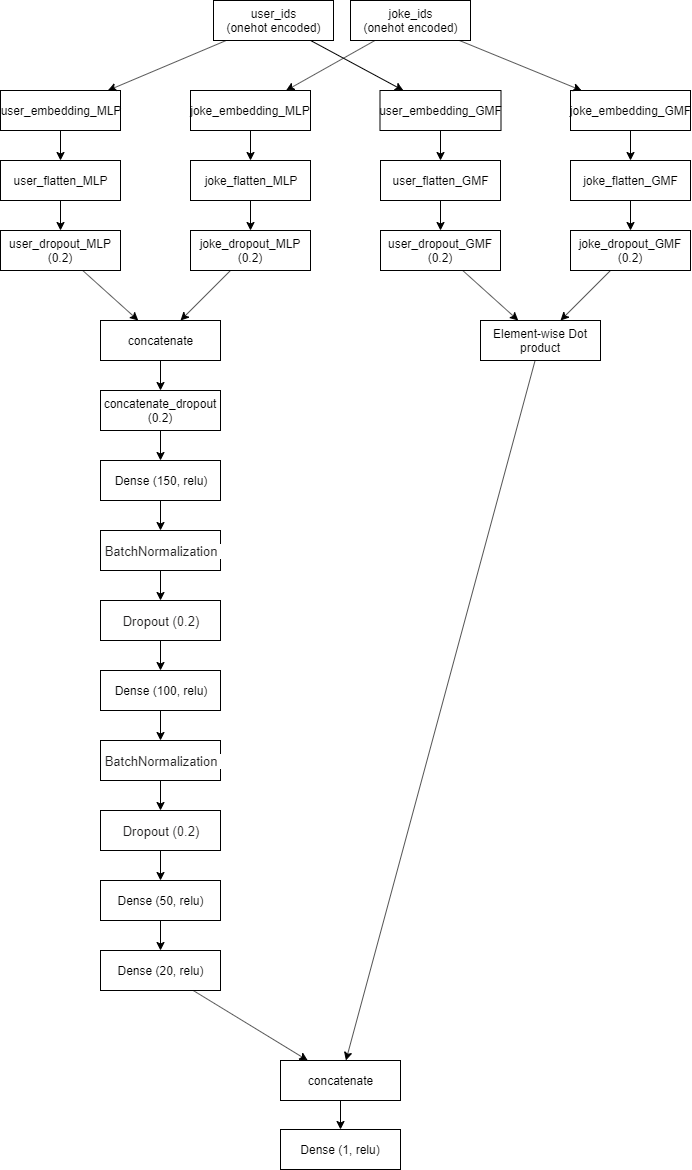
Before: docs/images/model-MLP-GMF.png, a diagram exported from draw.io (mdrgona/nsiete_project). Source tidied: cells renumbered, new cells last; positions are measured from the earlier drawing's top-left corner, leaving out a move shared by most shapes.
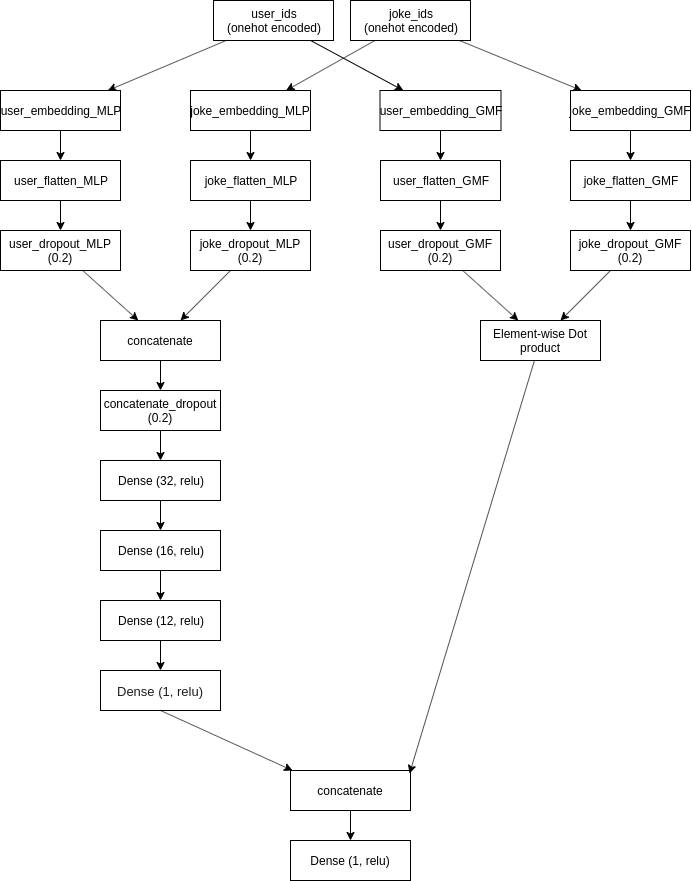
The same diagram one commit later.

Commit message:
Change architecture of MLP-GMF

Change to the diagram source:
```diff
@@ -32,21 +32,14 @@
     <mxCell id="11" value="concatenate_dropout (0.2)" style="rounded=0;whiteSpace=wrap;html=1;" parent="1" vertex="1">
       <mxGeometry x="100" y="390" width="120" height="40" as="geometry" />
     </mxCell>
-    <mxCell id="12" style="edgeStyle=orthogonalEdgeStyle;rounded=0;jettySize=auto;html=1;" parent="1" edge="1" source="13" target="15">
-      <mxGeometry relative="1" as="geometry" />
+    <mxCell id="12" style="edgeStyle=orthogonalEdgeStyle;rounded=0;jettySize=auto;html=1;" parent="1" edge="1" source="13">
+      <mxGeometry relative="1" as="geometry">
+        <mxPoint x="160" y="530" as="targetPoint" />
+      </mxGeometry>
     </mxCell>
-    <mxCell id="13" value="Dense (150, relu)" style="rounded=0;whiteSpace=wrap;html=1;" parent="1" vertex="1">
+    <mxCell id="13" value="Dense (32, relu)" style="rounded=0;whiteSpace=wrap;html=1;" parent="1" vertex="1">
       <mxGeometry x="100" y="460" width="120" height="40" as="geometry" />
     </mxCell>
-    <mxCell id="14" style="edgeStyle=orthogonalEdgeStyle;rounded=0;jettySize=auto;html=1;" parent="1" edge="1" source="15" target="16">
-      <mxGeometry relative="1" as="geometry" />
-    </mxCell>
-    <mxCell id="15" value="&lt;pre style=&quot;box-sizing: inherit ; margin-top: 0px ; margin-bottom: 0px ; padding: 0px 4px ; font-size: 13px ; line-height: inherit ; white-space: pre-wrap ; overflow-wrap: break-word ; word-break: normal ; font-family: inherit ; border-width: 0px ; border-radius: 0px ; background: rgb(255 , 255 , 255) ; color: rgb(29 , 28 , 29) ; z-index: 2 ; position: relative ; overflow: visible&quot;&gt;&lt;span class=&quot;cm-property&quot; style=&quot;box-sizing: inherit&quot;&gt;BatchNormalization&lt;/span&gt;&lt;/pre&gt;" style="rounded=0;whiteSpace=wrap;html=1;" parent="1" vertex="1">
-      <mxGeometry x="100" y="530" width="120" height="40" as="geometry" />
-    </mxCell>
-    <mxCell id="16" value="&lt;pre style=&quot;box-sizing: inherit ; margin-top: 0px ; margin-bottom: 0px ; padding: 0px 4px ; font-size: 13px ; line-height: inherit ; white-space: pre-wrap ; overflow-wrap: break-word ; word-break: normal ; font-family: inherit ; border-width: 0px ; border-radius: 0px ; background: rgb(255 , 255 , 255) ; color: rgb(29 , 28 , 29) ; z-index: 2 ; position: relative ; overflow: visible&quot;&gt;&lt;span class=&quot;cm-property&quot; style=&quot;box-sizing: inherit&quot;&gt;Dropout (0.2)&lt;/span&gt;&lt;/pre&gt;" style="rounded=0;whiteSpace=wrap;html=1;" parent="1" vertex="1">
-      <mxGeometry x="100" y="600" width="120" height="40" as="geometry" />
-    </mxCell>
     <mxCell id="17" value="joke_ids&lt;br&gt;(onehot encoded)" style="rounded=0;whiteSpace=wrap;html=1;" parent="1" vertex="1">
       <mxGeometry x="350" width="120" height="40" as="geometry" />
     </mxCell>
@@ -74,38 +67,17 @@
     <mxCell id="25" style="endArrow=classic;html=1;" parent="1" edge="1" source="20" target="9">
       <mxGeometry relative="1" as="geometry" />
     </mxCell>
-    <mxCell id="26" style="edgeStyle=orthogonalEdgeStyle;rounded=0;jettySize=auto;html=1;" parent="1" edge="1" source="27" target="29">
-      <mxGeometry relative="1" as="geometry" />
-    </mxCell>
-    <mxCell id="27" value="Dense (100, relu)" style="rounded=0;whiteSpace=wrap;html=1;" parent="1" vertex="1">
-      <mxGeometry x="100" y="670" width="120" height="40" as="geometry" />
+    <mxCell id="27" value="Dense (16, relu)" style="rounded=0;whiteSpace=wrap;html=1;" parent="1" vertex="1">
+      <mxGeometry x="100" y="530" width="120" height="40" as="geometry" />
     </mxCell>
-    <mxCell id="28" style="edgeStyle=orthogonalEdgeStyle;rounded=0;jettySize=auto;html=1;" parent="1" edge="1" source="29" target="30">
-      <mxGeometry relative="1" as="geometry" />
-    </mxCell>
-    <mxCell id="29" value="&lt;pre style=&quot;box-sizing: inherit ; margin-top: 0px ; margin-bottom: 0px ; padding: 0px 4px ; font-size: 13px ; line-height: inherit ; white-space: pre-wrap ; overflow-wrap: break-word ; word-break: normal ; font-family: inherit ; border-width: 0px ; border-radius: 0px ; background: rgb(255 , 255 , 255) ; color: rgb(29 , 28 , 29) ; z-index: 2 ; position: relative ; overflow: visible&quot;&gt;&lt;span class=&quot;cm-property&quot; style=&quot;box-sizing: inherit&quot;&gt;BatchNormalization&lt;/span&gt;&lt;/pre&gt;" style="rounded=0;whiteSpace=wrap;html=1;" parent="1" vertex="1">
-      <mxGeometry x="100" y="740" width="120" height="40" as="geometry" />
-    </mxCell>
-    <mxCell id="30" value="&lt;pre style=&quot;box-sizing: inherit ; margin-top: 0px ; margin-bottom: 0px ; padding: 0px 4px ; font-size: 13px ; line-height: inherit ; white-space: pre-wrap ; overflow-wrap: break-word ; word-break: normal ; font-family: inherit ; border-width: 0px ; border-radius: 0px ; background: rgb(255 , 255 , 255) ; color: rgb(29 , 28 , 29) ; z-index: 2 ; position: relative ; overflow: visible&quot;&gt;&lt;span class=&quot;cm-property&quot; style=&quot;box-sizing: inherit&quot;&gt;Dropout (0.2)&lt;/span&gt;&lt;/pre&gt;" style="rounded=0;whiteSpace=wrap;html=1;" parent="1" vertex="1">
-      <mxGeometry x="100" y="810" width="120" height="40" as="geometry" />
+    <mxCell id="30" value="&lt;pre style=&quot;box-sizing: inherit ; margin-top: 0px ; margin-bottom: 0px ; padding: 0px 4px ; font-size: 13px ; line-height: inherit ; white-space: pre-wrap ; overflow-wrap: break-word ; word-break: normal ; font-family: inherit ; border-width: 0px ; border-radius: 0px ; background: rgb(255 , 255 , 255) ; color: rgb(29 , 28 , 29) ; z-index: 2 ; position: relative ; overflow: visible&quot;&gt;Dense (1, relu)&lt;/pre&gt;" style="rounded=0;whiteSpace=wrap;html=1;" parent="1" vertex="1">
+      <mxGeometry x="100" y="670" width="120" height="40" as="geometry" />
     </mxCell>
-    <mxCell id="31" style="endArrow=classic;html=1;" parent="1" edge="1" source="16" target="27">
-      <mxGeometry relative="1" as="geometry" />
-    </mxCell>
-    <mxCell id="32" style="edgeStyle=orthogonalEdgeStyle;rounded=0;jettySize=auto;html=1;entryX=0.5;entryY=0;entryDx=0;entryDy=0;" parent="1" edge="1" source="33" target="35">
-      <mxGeometry relative="1" as="geometry" />
-    </mxCell>
-    <mxCell id="33" value="Dense (50, relu)" style="rounded=0;whiteSpace=wrap;html=1;" parent="1" vertex="1">
-      <mxGeometry x="100" y="880" width="120" height="40" as="geometry" />
+    <mxCell id="33" value="Dense (12, relu)" style="rounded=0;whiteSpace=wrap;html=1;" parent="1" vertex="1">
+      <mxGeometry x="100" y="600" width="120" height="40" as="geometry" />
     </mxCell>
-    <mxCell id="34" style="endArrow=classic;html=1;" parent="1" edge="1" source="30" target="33">
-      <mxGeometry relative="1" as="geometry" />
-    </mxCell>
-    <mxCell id="35" value="Dense (20, relu)" style="rounded=0;whiteSpace=wrap;html=1;" parent="1" vertex="1">
-      <mxGeometry x="100" y="950" width="120" height="40" as="geometry" />
-    </mxCell>
     <mxCell id="36" value="concatenate" style="rounded=0;whiteSpace=wrap;html=1;" parent="1" vertex="1">
-      <mxGeometry x="280" y="1060" width="120" height="40" as="geometry" />
+      <mxGeometry x="290" y="770" width="120" height="40" as="geometry" />
     </mxCell>
     <mxCell id="37" style="edgeStyle=orthogonalEdgeStyle;rounded=0;jettySize=auto;html=1;" parent="1" edge="1" source="38" target="40">
       <mxGeometry relative="1" as="geometry" />
@@ -155,17 +127,29 @@
     <mxCell id="52" style="endArrow=classic;html=1;" parent="1" edge="1" source="17" target="43">
       <mxGeometry relative="1" as="geometry" />
     </mxCell>
-    <mxCell id="53" style="endArrow=classic;html=1;" parent="1" edge="1" source="35" target="36">
+    <mxCell id="53" style="endArrow=classic;html=1;exitX=0.5;exitY=1;exitDx=0;exitDy=0;entryX=0.017;entryY=0;entryDx=0;entryDy=0;entryPerimeter=0;" parent="1" edge="1" source="30" target="36">
       <mxGeometry relative="1" as="geometry" />
     </mxCell>
-    <mxCell id="54" style="endArrow=classic;html=1;" parent="1" edge="1" source="42" target="36">
+    <mxCell id="54" style="endArrow=classic;html=1;entryX=0.992;entryY=0.075;entryDx=0;entryDy=0;entryPerimeter=0;" parent="1" edge="1" source="42" target="36">
       <mxGeometry relative="1" as="geometry" />
     </mxCell>
     <mxCell id="55" value="Dense (1, relu)" style="rounded=0;whiteSpace=wrap;html=1;" parent="1" vertex="1">
-      <mxGeometry x="280" y="1129" width="120" height="40" as="geometry" />
+      <mxGeometry x="290" y="840" width="120" height="40" as="geometry" />
     </mxCell>
     <mxCell id="56" style="endArrow=classic;html=1;" parent="1" edge="1" source="36" target="55">
       <mxGeometry relative="1" as="geometry" />
     </mxCell>
+    <mxCell id="57" style="edgeStyle=orthogonalEdgeStyle;rounded=0;orthogonalLoop=1;jettySize=auto;html=1;" parent="1" edge="1">
+      <mxGeometry relative="1" as="geometry">
+        <mxPoint x="160" y="640" as="sourcePoint" />
+        <mxPoint x="160" y="670" as="targetPoint" />
+      </mxGeometry>
+    </mxCell>
+    <mxCell id="58" style="edgeStyle=orthogonalEdgeStyle;rounded=0;orthogonalLoop=1;jettySize=auto;html=1;" parent="1" edge="1">
+      <mxGeometry relative="1" as="geometry">
+        <mxPoint x="160" y="570" as="sourcePoint" />
+        <mxPoint x="160" y="600" as="targetPoint" />
+      </mxGeometry>
+    </mxCell>
   </root>
 </mxGraphModel>
```
